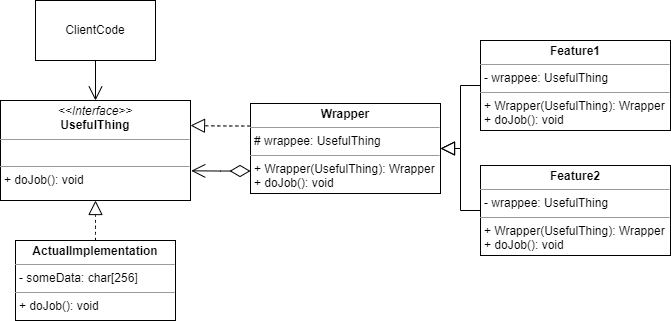
Above: Structural patterns/Decorator Wrapper/umlDecorator.drawio.png in EvilPhilin/PatternsPractice (draw.io), before the change. Source tidied: cells renumbered, new cells last; positions are measured from the earlier drawing's top-left corner, leaving out a move shared by most shapes. Source of this version:
```xml
<mxGraphModel>
  <root>
    <mxCell id="0" />
    <mxCell id="1" parent="0" />
    <mxCell id="2" value="ClientCode" style="rounded=0;whiteSpace=wrap;html=1;" parent="1" vertex="1">
      <mxGeometry x="35" width="120" height="60" as="geometry" />
    </mxCell>
    <mxCell id="3" value="&lt;p style=&quot;margin:0px;margin-top:4px;text-align:center;&quot;&gt;&lt;i&gt;&amp;lt;&amp;lt;Interface&amp;gt;&amp;gt;&lt;/i&gt;&lt;br&gt;&lt;b&gt;UsefulThing&lt;/b&gt;&lt;/p&gt;&lt;hr size=&quot;1&quot;&gt;&lt;p style=&quot;margin:0px;margin-left:4px;&quot;&gt;&lt;br&gt;&lt;/p&gt;&lt;hr size=&quot;1&quot;&gt;&lt;p style=&quot;margin:0px;margin-left:4px;&quot;&gt;+ doJob(): void&lt;/p&gt;" style="verticalAlign=top;align=left;overflow=fill;fontSize=12;fontFamily=Helvetica;html=1;whiteSpace=wrap;" parent="1" vertex="1">
      <mxGeometry y="100" width="190" height="100" as="geometry" />
    </mxCell>
    <mxCell id="4" style="endArrow=open;endFill=1;endSize=12;html=1;rounded=0;edgeStyle=orthogonalEdgeStyle;fontSize=12;curved=1;exitX=0.5;exitY=1;exitDx=0;exitDy=0;entryX=0.5;entryY=0;entryDx=0;entryDy=0;" parent="1" edge="1" source="2" target="3">
      <mxGeometry relative="1" as="geometry" />
    </mxCell>
    <mxCell id="5" value="&lt;p style=&quot;margin:0px;margin-top:4px;text-align:center;&quot;&gt;&lt;b&gt;ActualImplementation&lt;/b&gt;&lt;/p&gt;&lt;hr size=&quot;1&quot;&gt;&lt;p style=&quot;margin:0px;margin-left:4px;&quot;&gt;- someData: char[256]&lt;/p&gt;&lt;hr size=&quot;1&quot;&gt;&lt;p style=&quot;margin:0px;margin-left:4px;&quot;&gt;+ doJob(): void&lt;/p&gt;" style="verticalAlign=top;align=left;overflow=fill;fontSize=12;fontFamily=Helvetica;html=1;whiteSpace=wrap;" parent="1" vertex="1">
      <mxGeometry x="15" y="240" width="160" height="80" as="geometry" />
    </mxCell>
    <mxCell id="6" style="endArrow=block;dashed=1;endFill=0;endSize=12;html=1;rounded=0;edgeStyle=orthogonalEdgeStyle;exitX=0.5;exitY=0;exitDx=0;exitDy=0;fontSize=12;curved=1;entryX=0.5;entryY=1;entryDx=0;entryDy=0;" parent="1" edge="1" source="5" target="3">
      <mxGeometry relative="1" as="geometry" />
    </mxCell>
    <mxCell id="7" value="&lt;p style=&quot;margin:0px;margin-top:4px;text-align:center;&quot;&gt;&lt;b&gt;Wrapper&lt;/b&gt;&lt;/p&gt;&lt;hr size=&quot;1&quot;&gt;&lt;p style=&quot;margin:0px;margin-left:4px;&quot;&gt;# wrappee: UsefulThing&lt;/p&gt;&lt;hr size=&quot;1&quot;&gt;&lt;p style=&quot;margin:0px;margin-left:4px;&quot;&gt;+ Wrapper(UsefulThing): Wrapper&lt;/p&gt;&lt;p style=&quot;margin:0px;margin-left:4px;&quot;&gt;+ doJob(): void&lt;/p&gt;" style="verticalAlign=top;align=left;overflow=fill;fontSize=12;fontFamily=Helvetica;html=1;whiteSpace=wrap;" parent="1" vertex="1">
      <mxGeometry x="250" y="103" width="190" height="90" as="geometry" />
    </mxCell>
    <mxCell id="8" style="endArrow=block;dashed=1;endFill=0;endSize=12;html=1;rounded=0;edgeStyle=orthogonalEdgeStyle;exitX=0;exitY=0.25;exitDx=0;exitDy=0;fontSize=12;curved=1;entryX=1;entryY=0.25;entryDx=0;entryDy=0;" parent="1" edge="1" source="7" target="3">
      <mxGeometry relative="1" as="geometry" />
    </mxCell>
    <mxCell id="9" style="endArrow=open;endFill=1;endSize=12;html=1;rounded=0;edgeStyle=orthogonalEdgeStyle;fontSize=12;curved=1;exitX=0;exitY=0.75;exitDx=0;exitDy=0;entryX=1.004;entryY=0.703;entryDx=0;entryDy=0;entryPerimeter=0;startArrow=diamondThin;startFill=0;startSize=18;" parent="1" edge="1" source="7" target="3">
      <mxGeometry relative="1" as="geometry" />
    </mxCell>
    <mxCell id="10" value="&lt;p style=&quot;margin:0px;margin-top:4px;text-align:center;&quot;&gt;&lt;b&gt;Feature1&lt;/b&gt;&lt;/p&gt;&lt;hr size=&quot;1&quot;&gt;&lt;p style=&quot;margin:0px;margin-left:4px;&quot;&gt;- wrappee: UsefulThing&lt;/p&gt;&lt;hr size=&quot;1&quot;&gt;&lt;p style=&quot;margin:0px;margin-left:4px;&quot;&gt;+ Wrapper(UsefulThing): Wrapper&lt;/p&gt;&lt;p style=&quot;margin:0px;margin-left:4px;&quot;&gt;+ doJob(): void&lt;/p&gt;" style="verticalAlign=top;align=left;overflow=fill;fontSize=12;fontFamily=Helvetica;html=1;whiteSpace=wrap;" parent="1" vertex="1">
      <mxGeometry x="480" y="40" width="190" height="90" as="geometry" />
    </mxCell>
    <mxCell id="11" value="&lt;p style=&quot;margin:0px;margin-top:4px;text-align:center;&quot;&gt;&lt;b&gt;Feature2&lt;/b&gt;&lt;/p&gt;&lt;hr size=&quot;1&quot;&gt;&lt;p style=&quot;margin:0px;margin-left:4px;&quot;&gt;- wrappee: UsefulThing&lt;/p&gt;&lt;hr size=&quot;1&quot;&gt;&lt;p style=&quot;margin:0px;margin-left:4px;&quot;&gt;+ Wrapper(UsefulThing): Wrapper&lt;/p&gt;&lt;p style=&quot;margin:0px;margin-left:4px;&quot;&gt;+ doJob(): void&lt;/p&gt;" style="verticalAlign=top;align=left;overflow=fill;fontSize=12;fontFamily=Helvetica;html=1;whiteSpace=wrap;" parent="1" vertex="1">
      <mxGeometry x="480" y="165" width="190" height="90" as="geometry" />
    </mxCell>
    <mxCell id="12" style="endArrow=block;endFill=0;endSize=12;html=1;rounded=0;edgeStyle=orthogonalEdgeStyle;exitX=0;exitY=0.5;exitDx=0;exitDy=0;fontSize=12;entryX=1;entryY=0.5;entryDx=0;entryDy=0;" parent="1" edge="1" source="10" target="7">
      <mxGeometry relative="1" as="geometry" />
    </mxCell>
    <mxCell id="13" style="endArrow=block;endFill=0;endSize=12;html=1;rounded=0;edgeStyle=orthogonalEdgeStyle;exitX=0;exitY=0.5;exitDx=0;exitDy=0;fontSize=12;entryX=1;entryY=0.5;entryDx=0;entryDy=0;" parent="1" edge="1" source="11" target="7">
      <mxGeometry relative="1" as="geometry" />
    </mxCell>
  </root>
</mxGraphModel>
```
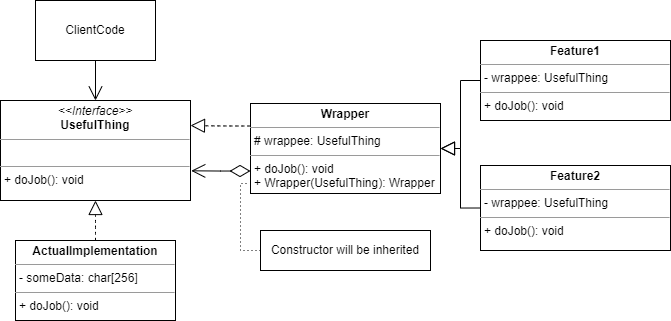
The same file after the commit.

Diff of the diagram source:
```diff
@@ -17,7 +17,7 @@
     <mxCell id="6" style="endArrow=block;dashed=1;endFill=0;endSize=12;html=1;rounded=0;edgeStyle=orthogonalEdgeStyle;exitX=0.5;exitY=0;exitDx=0;exitDy=0;fontSize=12;curved=1;entryX=0.5;entryY=1;entryDx=0;entryDy=0;" parent="1" edge="1" source="5" target="3">
       <mxGeometry relative="1" as="geometry" />
     </mxCell>
-    <mxCell id="7" value="&lt;p style=&quot;margin:0px;margin-top:4px;text-align:center;&quot;&gt;&lt;b&gt;Wrapper&lt;/b&gt;&lt;/p&gt;&lt;hr size=&quot;1&quot;&gt;&lt;p style=&quot;margin:0px;margin-left:4px;&quot;&gt;# wrappee: UsefulThing&lt;/p&gt;&lt;hr size=&quot;1&quot;&gt;&lt;p style=&quot;margin:0px;margin-left:4px;&quot;&gt;+ Wrapper(UsefulThing): Wrapper&lt;/p&gt;&lt;p style=&quot;margin:0px;margin-left:4px;&quot;&gt;+ doJob(): void&lt;/p&gt;" style="verticalAlign=top;align=left;overflow=fill;fontSize=12;fontFamily=Helvetica;html=1;whiteSpace=wrap;" parent="1" vertex="1">
+    <mxCell id="7" value="&lt;p style=&quot;margin:0px;margin-top:4px;text-align:center;&quot;&gt;&lt;b&gt;Wrapper&lt;/b&gt;&lt;/p&gt;&lt;hr size=&quot;1&quot;&gt;&lt;p style=&quot;margin:0px;margin-left:4px;&quot;&gt;# wrappee: UsefulThing&lt;/p&gt;&lt;hr size=&quot;1&quot;&gt;&lt;p style=&quot;margin:0px;margin-left:4px;&quot;&gt;+ doJob(): void&lt;br&gt;&lt;/p&gt;&lt;p style=&quot;margin:0px;margin-left:4px;&quot;&gt;+ Wrapper(UsefulThing): Wrapper&lt;/p&gt;&lt;p style=&quot;margin:0px;margin-left:4px;&quot;&gt;&lt;br&gt;&lt;/p&gt;" style="verticalAlign=top;align=left;overflow=fill;fontSize=12;fontFamily=Helvetica;html=1;whiteSpace=wrap;" parent="1" vertex="1">
       <mxGeometry x="250" y="103" width="190" height="90" as="geometry" />
     </mxCell>
     <mxCell id="8" style="endArrow=block;dashed=1;endFill=0;endSize=12;html=1;rounded=0;edgeStyle=orthogonalEdgeStyle;exitX=0;exitY=0.25;exitDx=0;exitDy=0;fontSize=12;curved=1;entryX=1;entryY=0.25;entryDx=0;entryDy=0;" parent="1" edge="1" source="7" target="3">
@@ -26,11 +26,11 @@
     <mxCell id="9" style="endArrow=open;endFill=1;endSize=12;html=1;rounded=0;edgeStyle=orthogonalEdgeStyle;fontSize=12;curved=1;exitX=0;exitY=0.75;exitDx=0;exitDy=0;entryX=1.004;entryY=0.703;entryDx=0;entryDy=0;entryPerimeter=0;startArrow=diamondThin;startFill=0;startSize=18;" parent="1" edge="1" source="7" target="3">
       <mxGeometry relative="1" as="geometry" />
     </mxCell>
-    <mxCell id="10" value="&lt;p style=&quot;margin:0px;margin-top:4px;text-align:center;&quot;&gt;&lt;b&gt;Feature1&lt;/b&gt;&lt;/p&gt;&lt;hr size=&quot;1&quot;&gt;&lt;p style=&quot;margin:0px;margin-left:4px;&quot;&gt;- wrappee: UsefulThing&lt;/p&gt;&lt;hr size=&quot;1&quot;&gt;&lt;p style=&quot;margin:0px;margin-left:4px;&quot;&gt;+ Wrapper(UsefulThing): Wrapper&lt;/p&gt;&lt;p style=&quot;margin:0px;margin-left:4px;&quot;&gt;+ doJob(): void&lt;/p&gt;" style="verticalAlign=top;align=left;overflow=fill;fontSize=12;fontFamily=Helvetica;html=1;whiteSpace=wrap;" parent="1" vertex="1">
-      <mxGeometry x="480" y="40" width="190" height="90" as="geometry" />
+    <mxCell id="10" value="&lt;p style=&quot;margin:0px;margin-top:4px;text-align:center;&quot;&gt;&lt;b&gt;Feature1&lt;/b&gt;&lt;/p&gt;&lt;hr size=&quot;1&quot;&gt;&lt;p style=&quot;margin:0px;margin-left:4px;&quot;&gt;- wrappee: UsefulThing&lt;/p&gt;&lt;hr size=&quot;1&quot;&gt;&lt;p style=&quot;margin:0px;margin-left:4px;&quot;&gt;&lt;span style=&quot;background-color: initial;&quot;&gt;+ doJob(): void&lt;/span&gt;&lt;br&gt;&lt;/p&gt;" style="verticalAlign=top;align=left;overflow=fill;fontSize=12;fontFamily=Helvetica;html=1;whiteSpace=wrap;" parent="1" vertex="1">
+      <mxGeometry x="480" y="40" width="190" height="80" as="geometry" />
     </mxCell>
-    <mxCell id="11" value="&lt;p style=&quot;margin:0px;margin-top:4px;text-align:center;&quot;&gt;&lt;b&gt;Feature2&lt;/b&gt;&lt;/p&gt;&lt;hr size=&quot;1&quot;&gt;&lt;p style=&quot;margin:0px;margin-left:4px;&quot;&gt;- wrappee: UsefulThing&lt;/p&gt;&lt;hr size=&quot;1&quot;&gt;&lt;p style=&quot;margin:0px;margin-left:4px;&quot;&gt;+ Wrapper(UsefulThing): Wrapper&lt;/p&gt;&lt;p style=&quot;margin:0px;margin-left:4px;&quot;&gt;+ doJob(): void&lt;/p&gt;" style="verticalAlign=top;align=left;overflow=fill;fontSize=12;fontFamily=Helvetica;html=1;whiteSpace=wrap;" parent="1" vertex="1">
-      <mxGeometry x="480" y="165" width="190" height="90" as="geometry" />
+    <mxCell id="11" value="&lt;p style=&quot;margin:0px;margin-top:4px;text-align:center;&quot;&gt;&lt;b&gt;Feature2&lt;/b&gt;&lt;/p&gt;&lt;hr size=&quot;1&quot;&gt;&lt;p style=&quot;margin:0px;margin-left:4px;&quot;&gt;- wrappee: UsefulThing&lt;/p&gt;&lt;hr size=&quot;1&quot;&gt;&lt;p style=&quot;margin:0px;margin-left:4px;&quot;&gt;&lt;span style=&quot;background-color: initial;&quot;&gt;+ doJob(): void&lt;/span&gt;&lt;br&gt;&lt;/p&gt;" style="verticalAlign=top;align=left;overflow=fill;fontSize=12;fontFamily=Helvetica;html=1;whiteSpace=wrap;" parent="1" vertex="1">
+      <mxGeometry x="480" y="165" width="190" height="85" as="geometry" />
     </mxCell>
     <mxCell id="12" style="endArrow=block;endFill=0;endSize=12;html=1;rounded=0;edgeStyle=orthogonalEdgeStyle;exitX=0;exitY=0.5;exitDx=0;exitDy=0;fontSize=12;entryX=1;entryY=0.5;entryDx=0;entryDy=0;" parent="1" edge="1" source="10" target="7">
       <mxGeometry relative="1" as="geometry" />
@@ -38,5 +38,16 @@
     <mxCell id="13" style="endArrow=block;endFill=0;endSize=12;html=1;rounded=0;edgeStyle=orthogonalEdgeStyle;exitX=0;exitY=0.5;exitDx=0;exitDy=0;fontSize=12;entryX=1;entryY=0.5;entryDx=0;entryDy=0;" parent="1" edge="1" source="11" target="7">
       <mxGeometry relative="1" as="geometry" />
     </mxCell>
+    <mxCell id="14" value="Constructor will be inherited" style="rounded=0;whiteSpace=wrap;html=1;" parent="1" vertex="1">
+      <mxGeometry x="260" y="230" width="170" height="40" as="geometry" />
+    </mxCell>
+    <mxCell id="15" style="endArrow=none;dashed=1;html=1;dashPattern=1 3;strokeWidth=1;rounded=0;entryX=-0.007;entryY=0.889;entryDx=0;entryDy=0;entryPerimeter=0;exitX=0;exitY=0.5;exitDx=0;exitDy=0;edgeStyle=orthogonalEdgeStyle;" parent="1" edge="1" source="14" target="7">
+      <mxGeometry relative="1" as="geometry">
+        <Array as="points">
+          <mxPoint x="240" y="250" />
+          <mxPoint x="240" y="183" />
+        </Array>
+      </mxGeometry>
+    </mxCell>
   </root>
 </mxGraphModel>
```
